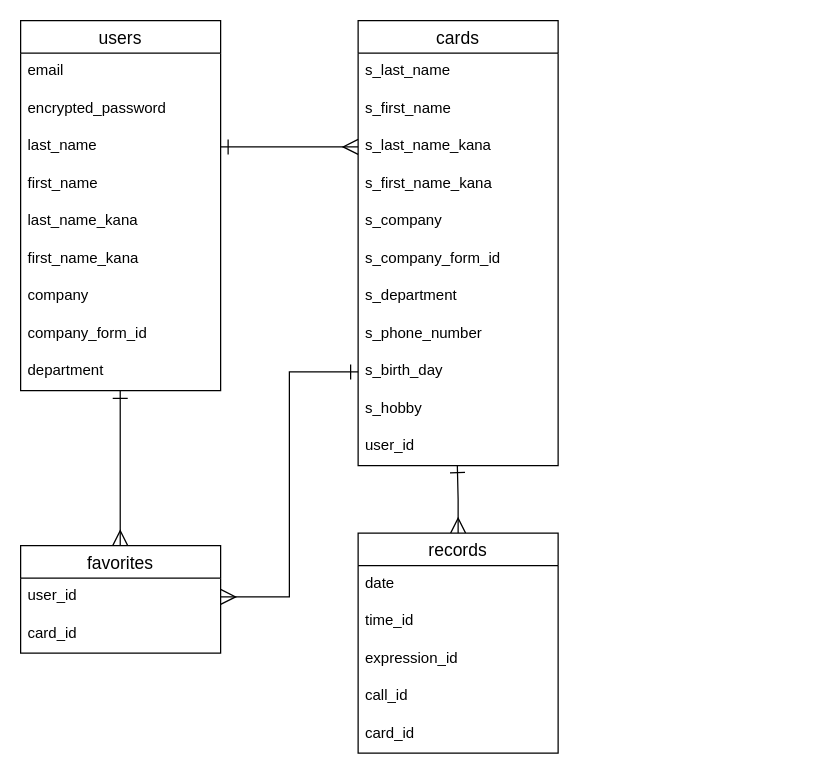
yuyakawai0411/s-alert keeps this draw.io diagram as alert.dio. Above is the earlier version. Source tidied: cells renumbered, new cells numbered last; positions are measured from the earlier drawing's top-left corner, leaving out a move shared by most shapes. Both pictures are drawn from the tidied source at 125%, with x=0, y=0 at pixel (20, 20).
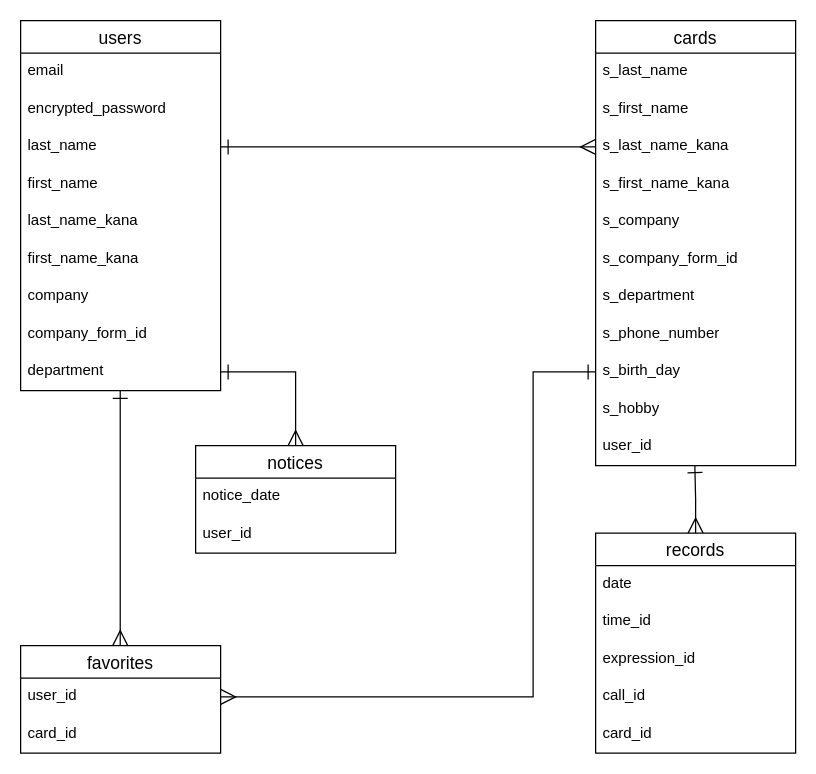
The same diagram, later.

Unchanged cells that the change refers to:
```xml
<mxCell id="11" value="department" style="text;strokeColor=none;fillColor=none;spacingLeft=4;spacingRight=4;overflow=hidden;points=[[0,0.5],[1,0.5]];portConstraint=eastwest;fontSize=12;" parent="2" vertex="1">
  <mxGeometry y="266" width="160" height="30" as="geometry" />
</mxCell>
<mxCell id="21" value="s_birth_day" style="text;strokeColor=none;fillColor=none;spacingLeft=4;spacingRight=4;overflow=hidden;points=[[0,0.5],[1,0.5]];portConstraint=eastwest;fontSize=12;" parent="12" vertex="1">
  <mxGeometry y="266" width="160" height="30" as="geometry" />
</mxCell>
<mxCell id="26" value="user_id" style="text;strokeColor=none;fillColor=none;spacingLeft=4;spacingRight=4;overflow=hidden;points=[[0,0.5],[1,0.5]];portConstraint=eastwest;fontSize=12;" parent="25" vertex="1">
  <mxGeometry y="26" width="160" height="30" as="geometry" />
</mxCell>
```

Change to the diagram source:
```diff
@@
     <mxCell id="12" value="cards" style="swimlane;fontStyle=0;horizontal=1;startSize=26;align=center;fontSize=14;" parent="1" vertex="1">
-      <mxGeometry x="270" width="160" height="356" as="geometry" />
+      <mxGeometry x="460" width="160" height="356" as="geometry" />
     </mxCell>
@@
     <mxCell id="25" value="favorites" style="swimlane;fontStyle=0;horizontal=1;startSize=26;align=center;fontSize=14;" parent="1" vertex="1">
-      <mxGeometry y="420" width="160" height="86" as="geometry" />
+      <mxGeometry y="500" width="160" height="86" as="geometry" />
     </mxCell>
@@
     <mxCell id="29" style="edgeStyle=orthogonalEdgeStyle;rounded=0;jettySize=auto;html=1;exitX=1;exitY=0.5;exitDx=0;exitDy=0;entryX=0;entryY=0.5;entryDx=0;entryDy=0;startArrow=ERmany;startFill=0;startSize=10;endArrow=ERone;endFill=0;endSize=10;strokeWidth=1;" parent="1" edge="1" source="26" target="21">
-      <mxGeometry relative="1" as="geometry" />
+      <mxGeometry relative="1" as="geometry">
+        <Array as="points">
+          <mxPoint x="410" y="541" />
+          <mxPoint x="410" y="281" />
+        </Array>
+      </mxGeometry>
     </mxCell>
@@
     <mxCell id="31" value="records" style="swimlane;fontStyle=0;horizontal=1;startSize=26;align=center;fontSize=14;" parent="1" vertex="1">
-      <mxGeometry x="270" y="410" width="160" height="176" as="geometry" />
+      <mxGeometry x="460" y="410" width="160" height="176" as="geometry" />
     </mxCell>
@@
+    <mxCell id="37" value="notices" style="swimlane;fontStyle=0;horizontal=1;startSize=26;align=center;fontSize=14;" parent="1" vertex="1">
+      <mxGeometry x="140" y="340" width="160" height="86" as="geometry" />
+    </mxCell>
+    <mxCell id="38" value="notice_date" style="text;strokeColor=none;fillColor=none;spacingLeft=4;spacingRight=4;overflow=hidden;fontSize=12;" parent="37" vertex="1">
+      <mxGeometry y="26" width="160" height="30" as="geometry" />
+    </mxCell>
+    <mxCell id="39" value="user_id" style="text;strokeColor=none;fillColor=none;spacingLeft=4;spacingRight=4;overflow=hidden;fontSize=12;" parent="37" vertex="1">
+      <mxGeometry y="56" width="160" height="30" as="geometry" />
+    </mxCell>
+    <mxCell id="40" style="edgeStyle=orthogonalEdgeStyle;rounded=0;jettySize=auto;html=1;entryX=0.5;entryY=0;entryDx=0;entryDy=0;startArrow=ERone;startFill=0;endArrow=ERmany;endFill=0;endSize=10;startSize=10;" parent="1" edge="1" source="11" target="37">
+      <mxGeometry relative="1" as="geometry" />
+    </mxCell>
```
